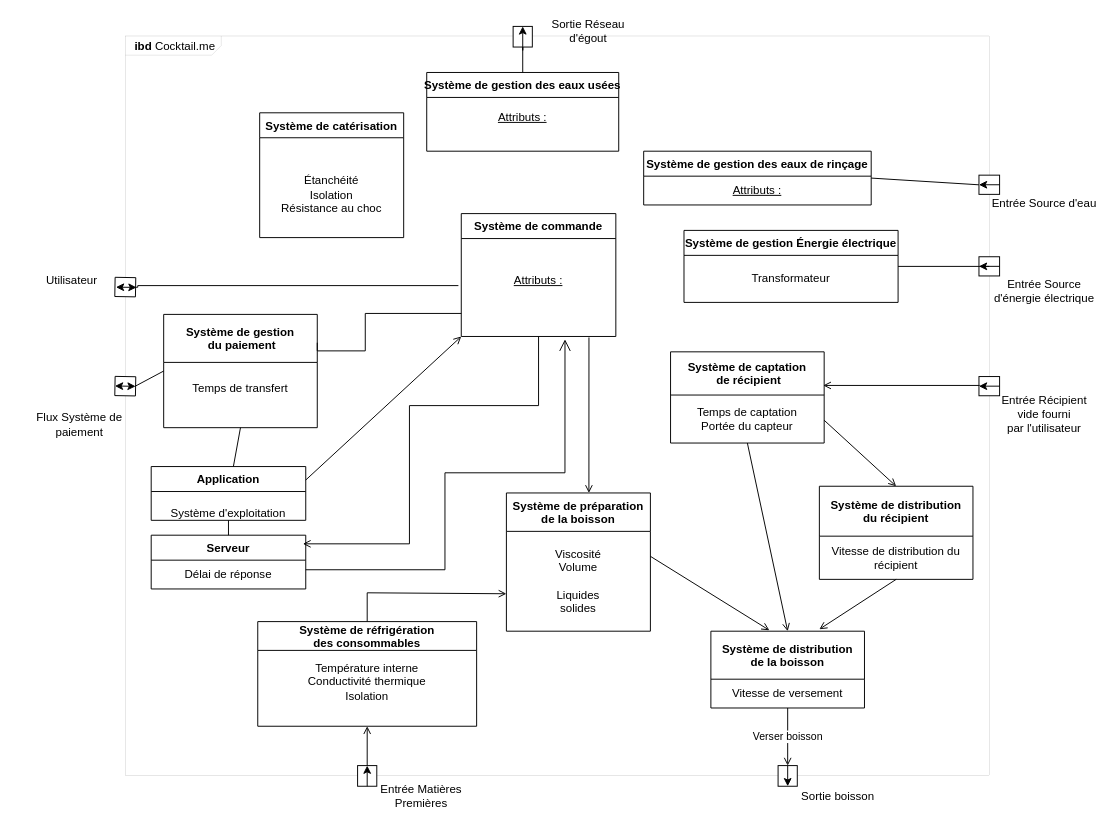
Earlier version of the draw.io diagram page "IDB" (6 of 14) of borneCocktailP22.drawio (mbricogn/TN29-MBSE). Source tidied: cells renumbered, new cells numbered last; positions are measured from the earlier drawing's top-left corner, leaving out a move shared by most shapes. Both pictures are drawn from the tidied source at 96%, with x=0, y=0 at pixel (16, 16).
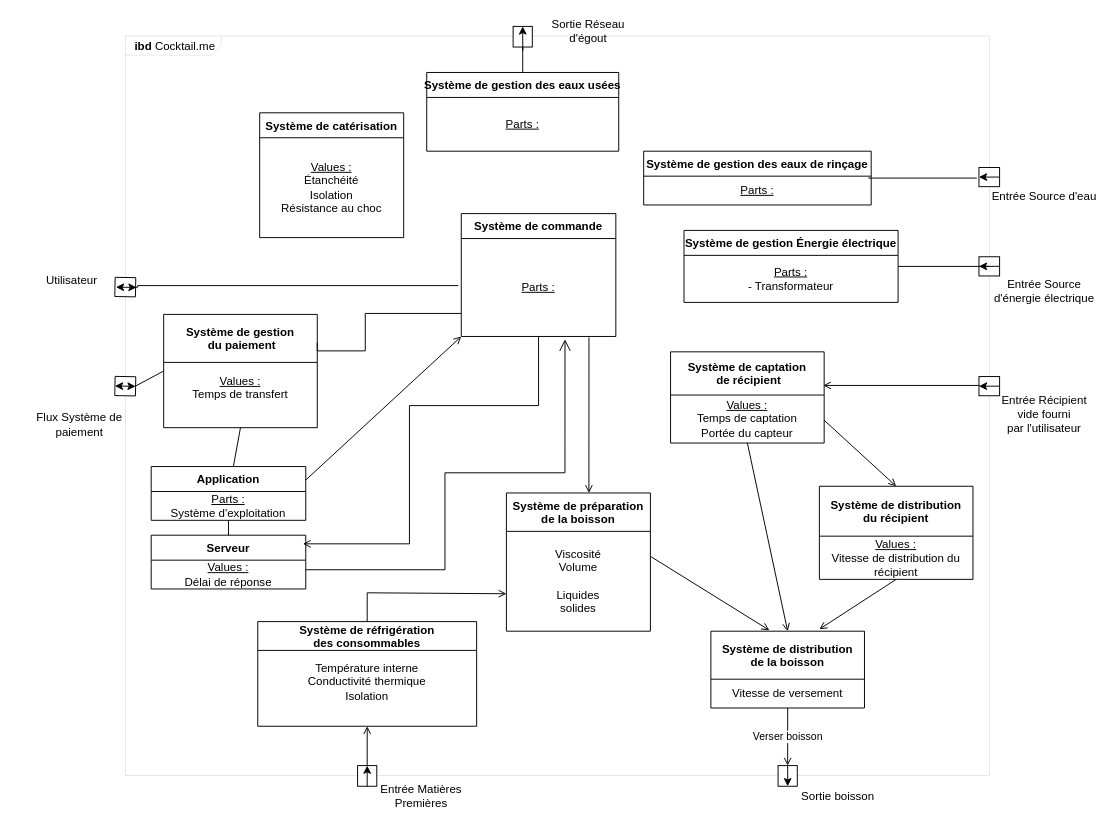
Above is the later version.

The change refers to these unchanged cells:
```xml
<mxCell id="3" value="Système de gestion Énergie électrique" style="swimlane;fontStyle=1;horizontal=1;startSize=26;fillColor=none;" parent="1" vertex="1">
  <mxGeometry x="695" y="222.5" width="223" height="75" as="geometry" />
</mxCell>
<mxCell id="5" value="Système de gestion des eaux usées" style="swimlane;fontStyle=1;horizontal=1;startSize=26;fillColor=none;" parent="1" vertex="1">
  <mxGeometry x="427" y="58" width="200" height="82" as="geometry" />
</mxCell>
<mxCell id="7" value="Système de gestion des eaux de rinçage" style="swimlane;fontStyle=1;horizontal=1;startSize=26;fillColor=none;" parent="1" vertex="1">
  <mxGeometry x="653" y="140" width="237" height="56" as="geometry" />
</mxCell>
<mxCell id="9" value="Système de catérisation" style="swimlane;fontStyle=1;horizontal=1;startSize=26;fillColor=none;" parent="1" vertex="1">
  <mxGeometry x="253" y="100" width="150" height="130" as="geometry" />
</mxCell>
<mxCell id="11" value="Système de gestion&#10; du paiement" style="swimlane;fontStyle=1;horizontal=1;startSize=50;fillColor=none;" parent="1" vertex="1">
  <mxGeometry x="153" y="310" width="160" height="118" as="geometry" />
</mxCell>
<mxCell id="15" value="Système de captation&#10; de récipient" style="swimlane;fontStyle=1;horizontal=1;startSize=45;fillColor=none;" parent="1" vertex="1">
  <mxGeometry x="681" y="349" width="160" height="95" as="geometry" />
</mxCell>
<mxCell id="18" value="Système de distribution &#10;du récipient" style="swimlane;fontStyle=1;horizontal=1;startSize=52;fillColor=none;" parent="1" vertex="1">
  <mxGeometry x="836" y="489" width="160" height="97" as="geometry" />
</mxCell>
<mxCell id="22" value="Système de commande" style="swimlane;fontStyle=1;horizontal=1;startSize=26;fillColor=none;" parent="1" vertex="1">
  <mxGeometry x="463" y="205" width="161" height="128" as="geometry" />
</mxCell>
<mxCell id="71" value="Serveur" style="swimlane;fontStyle=1;horizontal=1;startSize=26;fillColor=none;" parent="1" vertex="1">
  <mxGeometry x="140" y="540" width="161" height="56" as="geometry" />
</mxCell>
<mxCell id="73" value="Application" style="swimlane;fontStyle=1;horizontal=1;startSize=26;fillColor=none;" parent="1" vertex="1">
  <mxGeometry x="140" y="468.5" width="161" height="56" as="geometry" />
</mxCell>
```

The edit, as a diff of the source:
```diff
@@
-    <mxCell id="4" value="&lt;div&gt;Transformateur&lt;u&gt;&lt;br&gt;&lt;/u&gt;&lt;/div&gt;" style="text;html=1;strokeColor=none;fillColor=none;align=center;verticalAlign=middle;whiteSpace=wrap;rounded=0;" parent="3" vertex="1">
+    <mxCell id="4" value="&lt;div&gt;&lt;u&gt;Parts :&lt;/u&gt;&lt;/div&gt;&lt;div&gt;- Transformateur&lt;u&gt;&lt;br&gt;&lt;/u&gt;&lt;/div&gt;" style="text;html=1;strokeColor=none;fillColor=none;align=center;verticalAlign=middle;whiteSpace=wrap;rounded=0;" parent="3" vertex="1">
       <mxGeometry y="26" width="223" height="49" as="geometry" />
     </mxCell>
@@
-    <mxCell id="6" value="&lt;div&gt;&lt;u&gt;Attributs :&lt;/u&gt;&lt;/div&gt;&lt;div&gt;&lt;u&gt;&lt;br&gt;&lt;/u&gt;&lt;/div&gt;" style="text;html=1;strokeColor=none;fillColor=none;align=center;verticalAlign=middle;whiteSpace=wrap;rounded=0;" parent="5" vertex="1">
+    <mxCell id="6" value="&lt;u&gt;Parts :&lt;br&gt;&lt;/u&gt;" style="text;html=1;strokeColor=none;fillColor=none;align=center;verticalAlign=middle;whiteSpace=wrap;rounded=0;" parent="5" vertex="1">
       <mxGeometry y="26" width="200" height="56" as="geometry" />
     </mxCell>
@@
-    <mxCell id="8" value="&lt;u&gt;Attributs :&lt;/u&gt;" style="text;html=1;strokeColor=none;fillColor=none;align=center;verticalAlign=middle;whiteSpace=wrap;rounded=0;" parent="7" vertex="1">
+    <mxCell id="8" value="&lt;u&gt;Parts :&lt;br&gt;&lt;/u&gt;" style="text;html=1;strokeColor=none;fillColor=none;align=center;verticalAlign=middle;whiteSpace=wrap;rounded=0;" parent="7" vertex="1">
       <mxGeometry y="26" width="237" height="30" as="geometry" />
     </mxCell>
@@
-    <mxCell id="10" value="&lt;div&gt;&amp;nbsp;&lt;br&gt;&lt;/div&gt;&lt;div&gt;Étanchéité&lt;/div&gt;&lt;div&gt;Isolation&lt;br&gt;&lt;/div&gt;&lt;div&gt;Résistance au choc&lt;br&gt;&lt;/div&gt;" style="text;html=1;strokeColor=none;fillColor=none;align=center;verticalAlign=middle;whiteSpace=wrap;rounded=0;" parent="9" vertex="1">
+    <mxCell id="10" value="&lt;div&gt;&lt;u&gt;Values :&lt;/u&gt; &lt;br&gt;&lt;/div&gt;&lt;div&gt;Étanchéité&lt;/div&gt;&lt;div&gt;Isolation&lt;br&gt;&lt;/div&gt;&lt;div&gt;Résistance au choc&lt;br&gt;&lt;/div&gt;" style="text;html=1;strokeColor=none;fillColor=none;align=center;verticalAlign=middle;whiteSpace=wrap;rounded=0;" parent="9" vertex="1">
       <mxGeometry y="26" width="150" height="104" as="geometry" />
     </mxCell>
@@
-    <mxCell id="12" value="&lt;div&gt;Temps de transfert&lt;br&gt;&lt;/div&gt;&lt;div&gt;&lt;u&gt;&lt;br&gt;&lt;/u&gt;&lt;/div&gt;" style="text;html=1;strokeColor=none;fillColor=none;align=center;verticalAlign=middle;whiteSpace=wrap;rounded=0;" parent="11" vertex="1">
+    <mxCell id="12" value="&lt;div&gt;&lt;u&gt;Values :&lt;/u&gt;&lt;br&gt;&lt;/div&gt;&lt;div&gt;Temps de transfert&lt;br&gt;&lt;/div&gt;&lt;div&gt;&lt;u&gt;&lt;br&gt;&lt;/u&gt;&lt;/div&gt;" style="text;html=1;strokeColor=none;fillColor=none;align=center;verticalAlign=middle;whiteSpace=wrap;rounded=0;" parent="11" vertex="1">
       <mxGeometry y="50" width="160" height="68" as="geometry" />
     </mxCell>
@@
-    <mxCell id="16" value="&lt;div&gt;Temps de captation&lt;/div&gt;&lt;div&gt;Portée du capteur&lt;br&gt;&lt;/div&gt;" style="text;html=1;strokeColor=none;fillColor=none;align=center;verticalAlign=middle;whiteSpace=wrap;rounded=0;" parent="15" vertex="1">
+    <mxCell id="16" value="&lt;div&gt;&lt;u&gt;Values :&lt;/u&gt;&lt;br&gt;&lt;/div&gt;&lt;div&gt;Temps de captation&lt;/div&gt;&lt;div&gt;Portée du capteur&lt;br&gt;&lt;/div&gt;" style="text;html=1;strokeColor=none;fillColor=none;align=center;verticalAlign=middle;whiteSpace=wrap;rounded=0;" parent="15" vertex="1">
       <mxGeometry y="45" width="160" height="50" as="geometry" />
     </mxCell>
@@
-    <mxCell id="19" value="&lt;div&gt;Vitesse de distribution du récipient&lt;br&gt;&lt;/div&gt;" style="text;html=1;strokeColor=none;fillColor=none;align=center;verticalAlign=middle;whiteSpace=wrap;rounded=0;" parent="18" vertex="1">
+    <mxCell id="19" value="&lt;div&gt;&lt;u&gt;Values :&lt;/u&gt;&lt;/div&gt;&lt;div&gt;Vitesse de distribution du récipient&lt;br&gt;&lt;/div&gt;" style="text;html=1;strokeColor=none;fillColor=none;align=center;verticalAlign=middle;whiteSpace=wrap;rounded=0;" parent="18" vertex="1">
       <mxGeometry y="52" width="160" height="45" as="geometry" />
     </mxCell>
@@
-    <mxCell id="23" value="&lt;div&gt;&lt;u&gt;Attributs :&lt;/u&gt;&lt;/div&gt;&lt;div&gt;&lt;u&gt;&lt;br&gt;&lt;/u&gt;&lt;/div&gt;" style="text;html=1;strokeColor=none;fillColor=none;align=center;verticalAlign=middle;whiteSpace=wrap;rounded=0;" parent="22" vertex="1">
+    <mxCell id="23" value="&lt;u&gt;Parts :&lt;/u&gt;" style="text;html=1;strokeColor=none;fillColor=none;align=center;verticalAlign=middle;whiteSpace=wrap;rounded=0;" parent="22" vertex="1">
       <mxGeometry y="26" width="161" height="102" as="geometry" />
     </mxCell>
@@
-    <mxCell id="25" style="endArrow=none;html=1;rounded=0;entryX=1;entryY=0.5;entryDx=0;entryDy=0;exitX=0.5;exitY=1;exitDx=0;exitDy=0;" parent="1" edge="1" target="7">
+    <mxCell id="25" style="endArrow=none;html=1;rounded=0;" parent="1" edge="1">
       <mxGeometry relative="1" as="geometry">
-        <mxPoint x="1002.2" y="175" as="sourcePoint" />
+        <mxPoint x="1000" y="168" as="sourcePoint" />
+        <mxPoint x="887" y="168" as="targetPoint" />
       </mxGeometry>
     </mxCell>
@@
     <mxCell id="30" style="group;rotation=-90;" parent="1" vertex="1">
-      <mxGeometry x="1003" y="164.2" width="20" height="21.5" as="geometry" />
+      <mxGeometry x="1003" y="156.2" width="20" height="21.5" as="geometry" />
     </mxCell>
@@
     <mxCell id="64" value="Entrée Source d'eau" style="text;html=1;strokeColor=none;fillColor=none;align=center;verticalAlign=middle;whiteSpace=wrap;rounded=0;" parent="1" vertex="1">
-      <mxGeometry x="1013" y="180" width="115" height="30" as="geometry" />
+      <mxGeometry x="1013" y="172" width="115" height="30" as="geometry" />
     </mxCell>
@@
-    <mxCell id="72" value="&lt;div&gt;Délai de réponse&lt;br&gt;&lt;/div&gt;" style="text;html=1;strokeColor=none;fillColor=none;align=center;verticalAlign=middle;whiteSpace=wrap;rounded=0;" parent="71" vertex="1">
+    <mxCell id="72" value="&lt;div&gt;&lt;u&gt;Values :&lt;/u&gt;&lt;br&gt;&lt;/div&gt;&lt;div&gt;Délai de réponse&lt;br&gt;&lt;/div&gt;" style="text;html=1;strokeColor=none;fillColor=none;align=center;verticalAlign=middle;whiteSpace=wrap;rounded=0;" parent="71" vertex="1">
       <mxGeometry y="26" width="161" height="30" as="geometry" />
     </mxCell>
@@
-    <mxCell id="74" value="&lt;br&gt;&lt;div&gt;Système d'exploitation&lt;br&gt;&lt;/div&gt;" style="text;html=1;strokeColor=none;fillColor=none;align=center;verticalAlign=middle;whiteSpace=wrap;rounded=0;" parent="73" vertex="1">
+    <mxCell id="74" value="&lt;u&gt;Parts :&lt;/u&gt;&lt;br&gt;&lt;div&gt;Système d'exploitation&lt;br&gt;&lt;/div&gt;" style="text;html=1;strokeColor=none;fillColor=none;align=center;verticalAlign=middle;whiteSpace=wrap;rounded=0;" parent="73" vertex="1">
       <mxGeometry y="26" width="161" height="30" as="geometry" />
     </mxCell>
```
